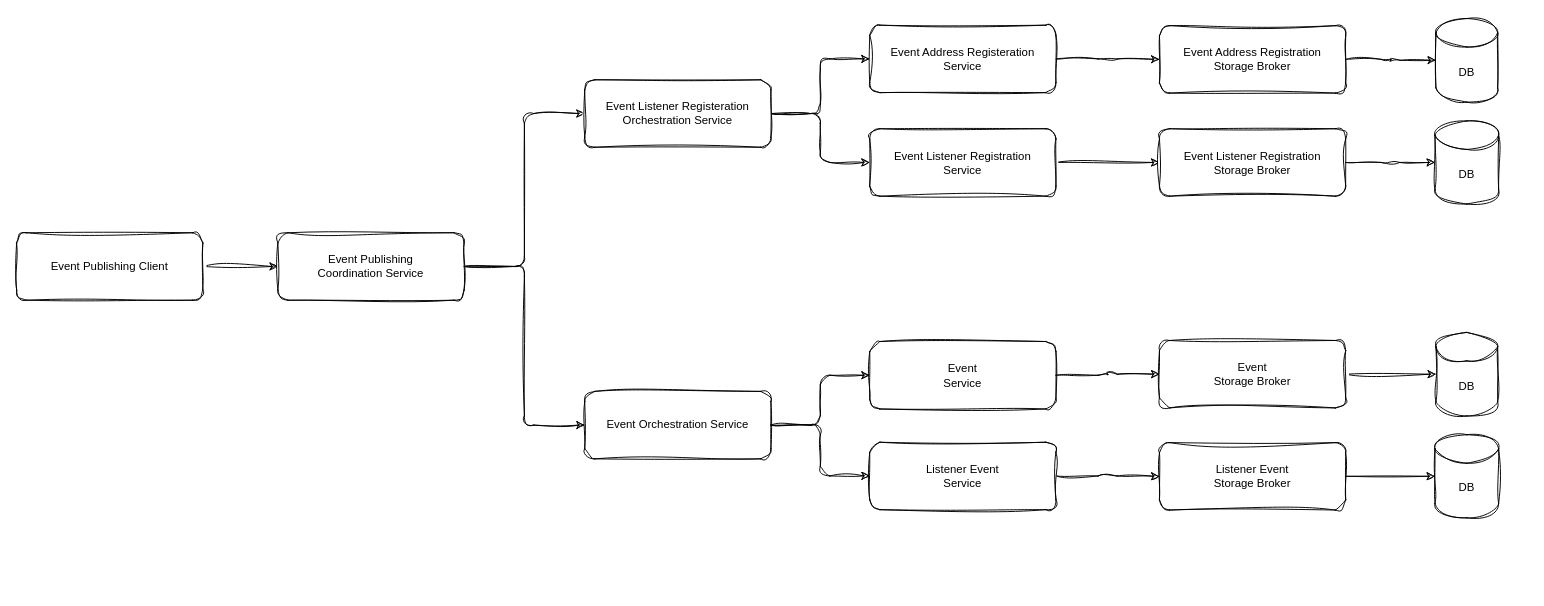
The draw.io diagram page "Event Publishing" (4 of 4) of EventHighway.Core.drawio in hassanhabib/EventHighway.Designs, before the edit. Source tidied: cells renumbered, new cells numbered last; positions are measured from the earlier drawing's top-left corner, leaving out a move shared by most shapes. Both pictures are drawn from the tidied source at 95%, with x=0, y=0 at pixel (16, 18).
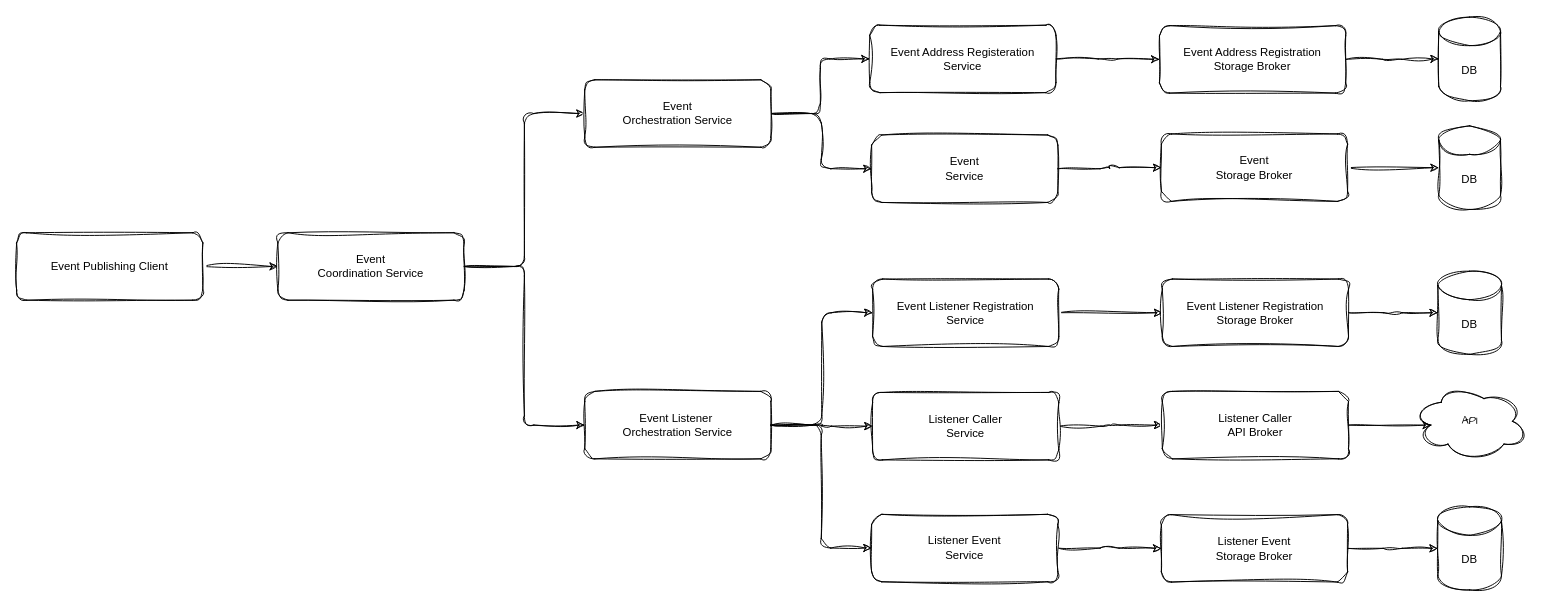
The same page after the edit.

Commit message:
DOCUMENTATION: Update HLA for Event Publishing Flow

Diff of the diagram source:
```diff
@@
-    <mxCell id="6" value="Event Publishing&lt;div&gt;Coordination Service&lt;/div&gt;" style="rounded=1;whiteSpace=wrap;html=1;sketch=1;curveFitting=1;jiggle=2;" parent="1" vertex="1">
+    <mxCell id="6" value="Event&lt;br&gt;Coordination Service" style="rounded=1;whiteSpace=wrap;html=1;sketch=1;curveFitting=1;jiggle=2;" parent="1" vertex="1">
       <mxGeometry x="275" y="225.5" width="196" height="71" as="geometry" />
     </mxCell>
@@
     <mxCell id="10" value="Event Listener Registration&lt;br&gt;Service" style="rounded=1;whiteSpace=wrap;html=1;sketch=1;curveFitting=1;jiggle=2;" parent="1" vertex="1">
-      <mxGeometry x="898" y="116" width="196" height="71" as="geometry" />
+      <mxGeometry x="901" y="274.2" width="196" height="71" as="geometry" />
     </mxCell>
@@
     <mxCell id="12" value="Listener Event&lt;br&gt;Service" style="rounded=1;whiteSpace=wrap;html=1;sketch=1;curveFitting=1;jiggle=2;" parent="1" vertex="1">
-      <mxGeometry x="898" y="446" width="196" height="71" as="geometry" />
+      <mxGeometry x="900" y="521.9" width="196" height="71" as="geometry" />
     </mxCell>
-    <mxCell id="13" style="edgeStyle=orthogonalEdgeStyle;rounded=1;jettySize=auto;html=1;entryX=0;entryY=0.5;entryDx=0;entryDy=0;sketch=1;curveFitting=1;jiggle=2;" parent="1" edge="1" source="14" target="30">
-      <mxGeometry relative="1" as="geometry" />
-    </mxCell>
-    <mxCell id="14" value="Event&lt;br&gt;Service" style="rounded=1;whiteSpace=wrap;html=1;sketch=1;curveFitting=1;jiggle=2;" parent="1" vertex="1">
-      <mxGeometry x="898" y="340" width="196" height="71" as="geometry" />
-    </mxCell>
@@
-    <mxCell id="16" style="edgeStyle=orthogonalEdgeStyle;rounded=1;jettySize=auto;html=1;entryX=0;entryY=0.5;entryDx=0;entryDy=0;sketch=1;curveFitting=1;jiggle=2;" parent="1" edge="1" source="17" target="10">
-      <mxGeometry relative="1" as="geometry" />
-    </mxCell>
+    <mxCell id="33" style="edgeStyle=orthogonalEdgeStyle;rounded=1;sketch=1;hachureGap=4;jiggle=2;curveFitting=1;jettySize=auto;html=1;entryX=0;entryY=0.5;entryDx=0;entryDy=0;fontFamily=Architects Daughter;" parent="1" edge="1" source="17" target="14">
+      <mxGeometry relative="1" as="geometry" />
+    </mxCell>
-    <mxCell id="17" value="Event Listener Registeration&lt;br&gt;Orchestration Service" style="rounded=1;whiteSpace=wrap;html=1;sketch=1;curveFitting=1;jiggle=2;" parent="1" vertex="1">
+    <mxCell id="17" value="Event&lt;div&gt;Orchestration Service&lt;/div&gt;" style="rounded=1;whiteSpace=wrap;html=1;sketch=1;curveFitting=1;jiggle=2;" parent="1" vertex="1">
       <mxGeometry x="598" y="64.5" width="196" height="71" as="geometry" />
     </mxCell>
-    <mxCell id="18" style="edgeStyle=orthogonalEdgeStyle;rounded=1;jettySize=auto;html=1;entryX=0;entryY=0.5;entryDx=0;entryDy=0;sketch=1;curveFitting=1;jiggle=2;" parent="1" edge="1" source="20" target="14">
-      <mxGeometry relative="1" as="geometry" />
-    </mxCell>
@@
+    <mxCell id="34" style="edgeStyle=orthogonalEdgeStyle;rounded=1;sketch=1;hachureGap=4;jiggle=2;curveFitting=1;jettySize=auto;html=1;entryX=0;entryY=0.5;entryDx=0;entryDy=0;fontFamily=Architects Daughter;" parent="1" edge="1" source="20" target="37">
+      <mxGeometry relative="1" as="geometry" />
+    </mxCell>
+    <mxCell id="35" style="edgeStyle=orthogonalEdgeStyle;rounded=1;sketch=1;hachureGap=4;jiggle=2;curveFitting=1;jettySize=auto;html=1;entryX=0;entryY=0.5;entryDx=0;entryDy=0;fontFamily=Architects Daughter;" parent="1" edge="1" source="20" target="10">
+      <mxGeometry relative="1" as="geometry" />
+    </mxCell>
-    <mxCell id="20" value="&lt;div&gt;Event Orchestration Service&lt;/div&gt;" style="rounded=1;whiteSpace=wrap;html=1;sketch=1;curveFitting=1;jiggle=2;" parent="1" vertex="1">
+    <mxCell id="20" value="&lt;div&gt;Event Listener&amp;nbsp;&lt;/div&gt;&lt;div&gt;Orchestration Service&lt;/div&gt;" style="rounded=1;whiteSpace=wrap;html=1;sketch=1;curveFitting=1;jiggle=2;" parent="1" vertex="1">
       <mxGeometry x="598" y="392.5" width="196" height="71" as="geometry" />
     </mxCell>
     <mxCell id="21" value="DB" style="shape=cylinder3;whiteSpace=wrap;html=1;boundedLbl=1;backgroundOutline=1;size=15;sketch=1;curveFitting=1;jiggle=2;rounded=1;" parent="1" vertex="1">
-      <mxGeometry x="1494" width="65" height="88" as="geometry" />
+      <mxGeometry x="1497" y="-1.5" width="65" height="88" as="geometry" />
     </mxCell>
     <mxCell id="22" value="DB" style="shape=cylinder3;whiteSpace=wrap;html=1;boundedLbl=1;backgroundOutline=1;size=15;sketch=1;curveFitting=1;jiggle=2;rounded=1;" parent="1" vertex="1">
-      <mxGeometry x="1493" y="107.8" width="67" height="87.5" as="geometry" />
+      <mxGeometry x="1496" y="266" width="67" height="87.5" as="geometry" />
     </mxCell>
@@
     <mxCell id="25" value="Event Listener Registration&lt;br&gt;Storage Broker" style="rounded=1;whiteSpace=wrap;html=1;sketch=1;curveFitting=1;jiggle=2;" parent="1" vertex="1">
-      <mxGeometry x="1203" y="116" width="196" height="71" as="geometry" />
+      <mxGeometry x="1206" y="274.2" width="196" height="71" as="geometry" />
     </mxCell>
@@
+    <mxCell id="28" value="DB" style="shape=cylinder3;whiteSpace=wrap;html=1;boundedLbl=1;backgroundOutline=1;size=15;sketch=1;curveFitting=1;jiggle=2;rounded=1;" parent="1" vertex="1">
+      <mxGeometry x="1496" y="514" width="67" height="87.5" as="geometry" />
+    </mxCell>
+    <mxCell id="31" value="Listener Event&lt;br&gt;Storage Broker" style="rounded=1;whiteSpace=wrap;html=1;sketch=1;curveFitting=1;jiggle=2;" parent="1" vertex="1">
+      <mxGeometry x="1205" y="522.2" width="196" height="71" as="geometry" />
+    </mxCell>
+    <mxCell id="32" style="edgeStyle=orthogonalEdgeStyle;rounded=1;jettySize=auto;html=1;entryX=0;entryY=0.5;entryDx=0;entryDy=0;entryPerimeter=0;sketch=1;curveFitting=1;jiggle=2;" parent="1" edge="1" source="31" target="28">
+      <mxGeometry relative="1" as="geometry" />
+    </mxCell>
+    <mxCell id="36" style="edgeStyle=orthogonalEdgeStyle;rounded=1;jettySize=auto;html=1;entryX=0;entryY=0.5;entryDx=0;entryDy=0;sketch=1;curveFitting=1;jiggle=2;" parent="1" edge="1" source="37" target="38">
+      <mxGeometry relative="1" as="geometry" />
+    </mxCell>
+    <mxCell id="37" value="Listener Caller&lt;br&gt;Service" style="rounded=1;whiteSpace=wrap;html=1;sketch=1;curveFitting=1;jiggle=2;" parent="1" vertex="1">
+      <mxGeometry x="901" y="393.6" width="196" height="71" as="geometry" />
+    </mxCell>
+    <mxCell id="38" value="Listener Caller&lt;br&gt;API Broker" style="rounded=1;whiteSpace=wrap;html=1;sketch=1;curveFitting=1;jiggle=2;" parent="1" vertex="1">
+      <mxGeometry x="1206" y="392.5" width="196" height="71" as="geometry" />
+    </mxCell>
+    <mxCell id="13" style="edgeStyle=orthogonalEdgeStyle;rounded=1;jettySize=auto;html=1;entryX=0;entryY=0.5;entryDx=0;entryDy=0;sketch=1;curveFitting=1;jiggle=2;" parent="1" edge="1" source="14" target="30">
+      <mxGeometry relative="1" as="geometry" />
+    </mxCell>
+    <mxCell id="14" value="Event&lt;br&gt;Service" style="rounded=1;whiteSpace=wrap;html=1;sketch=1;curveFitting=1;jiggle=2;" parent="1" vertex="1">
+      <mxGeometry x="900" y="122.6" width="196" height="71" as="geometry" />
+    </mxCell>
     <mxCell id="27" value="DB" style="shape=cylinder3;whiteSpace=wrap;html=1;boundedLbl=1;backgroundOutline=1;size=15;sketch=1;curveFitting=1;jiggle=2;rounded=1;" parent="1" vertex="1">
-      <mxGeometry x="1494" y="330.4" width="65" height="88" as="geometry" />
+      <mxGeometry x="1497" y="113" width="65" height="88" as="geometry" />
     </mxCell>
-    <mxCell id="28" value="DB" style="shape=cylinder3;whiteSpace=wrap;html=1;boundedLbl=1;backgroundOutline=1;size=15;sketch=1;curveFitting=1;jiggle=2;rounded=1;" parent="1" vertex="1">
-      <mxGeometry x="1493" y="438.1" width="67" height="87.5" as="geometry" />
-    </mxCell>
@@
     <mxCell id="30" value="Event&lt;br&gt;Storage Broker" style="rounded=1;whiteSpace=wrap;html=1;sketch=1;curveFitting=1;jiggle=2;" parent="1" vertex="1">
-      <mxGeometry x="1203" y="338.9" width="196" height="71" as="geometry" />
+      <mxGeometry x="1205" y="121.5" width="196" height="71" as="geometry" />
     </mxCell>
-    <mxCell id="31" value="Listener Event&lt;br&gt;Storage Broker" style="rounded=1;whiteSpace=wrap;html=1;sketch=1;curveFitting=1;jiggle=2;" parent="1" vertex="1">
-      <mxGeometry x="1203" y="446.4" width="196" height="71" as="geometry" />
-    </mxCell>
-    <mxCell id="32" style="edgeStyle=orthogonalEdgeStyle;rounded=1;jettySize=auto;html=1;entryX=0;entryY=0.5;entryDx=0;entryDy=0;entryPerimeter=0;sketch=1;curveFitting=1;jiggle=2;" parent="1" edge="1" source="31" target="28">
-      <mxGeometry relative="1" as="geometry" />
-    </mxCell>
+    <mxCell id="39" value="API" style="ellipse;shape=cloud;whiteSpace=wrap;html=1;rounded=1;sketch=1;hachureGap=4;jiggle=2;curveFitting=1;fontFamily=Architects Daughter;" parent="1" vertex="1">
+      <mxGeometry x="1469.5" y="384" width="120" height="80" as="geometry" />
+    </mxCell>
+    <mxCell id="40" style="edgeStyle=orthogonalEdgeStyle;rounded=1;sketch=1;hachureGap=4;jiggle=2;curveFitting=1;jettySize=auto;html=1;entryX=0.16;entryY=0.55;entryDx=0;entryDy=0;entryPerimeter=0;fontFamily=Architects Daughter;" parent="1" edge="1" source="38" target="39">
+      <mxGeometry relative="1" as="geometry" />
+    </mxCell>
```
